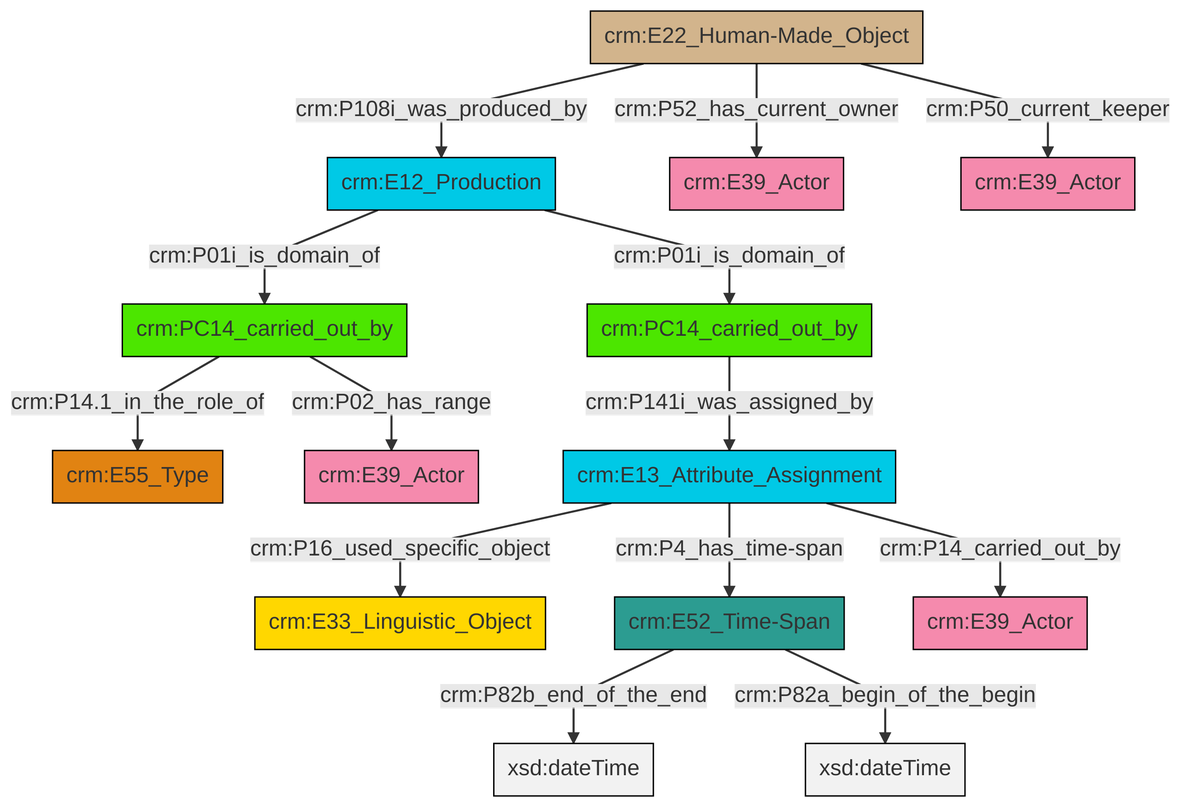
Earlier version of the Mermaid export et/carrierCSV/ttl/mmd/png/carrier_relations.png (swiss-art-research-net/docs.swissartresearch). Its source is kept beside it as et/carrierCSV/ttl/mmd/carrier_relations.ttl.mmd.
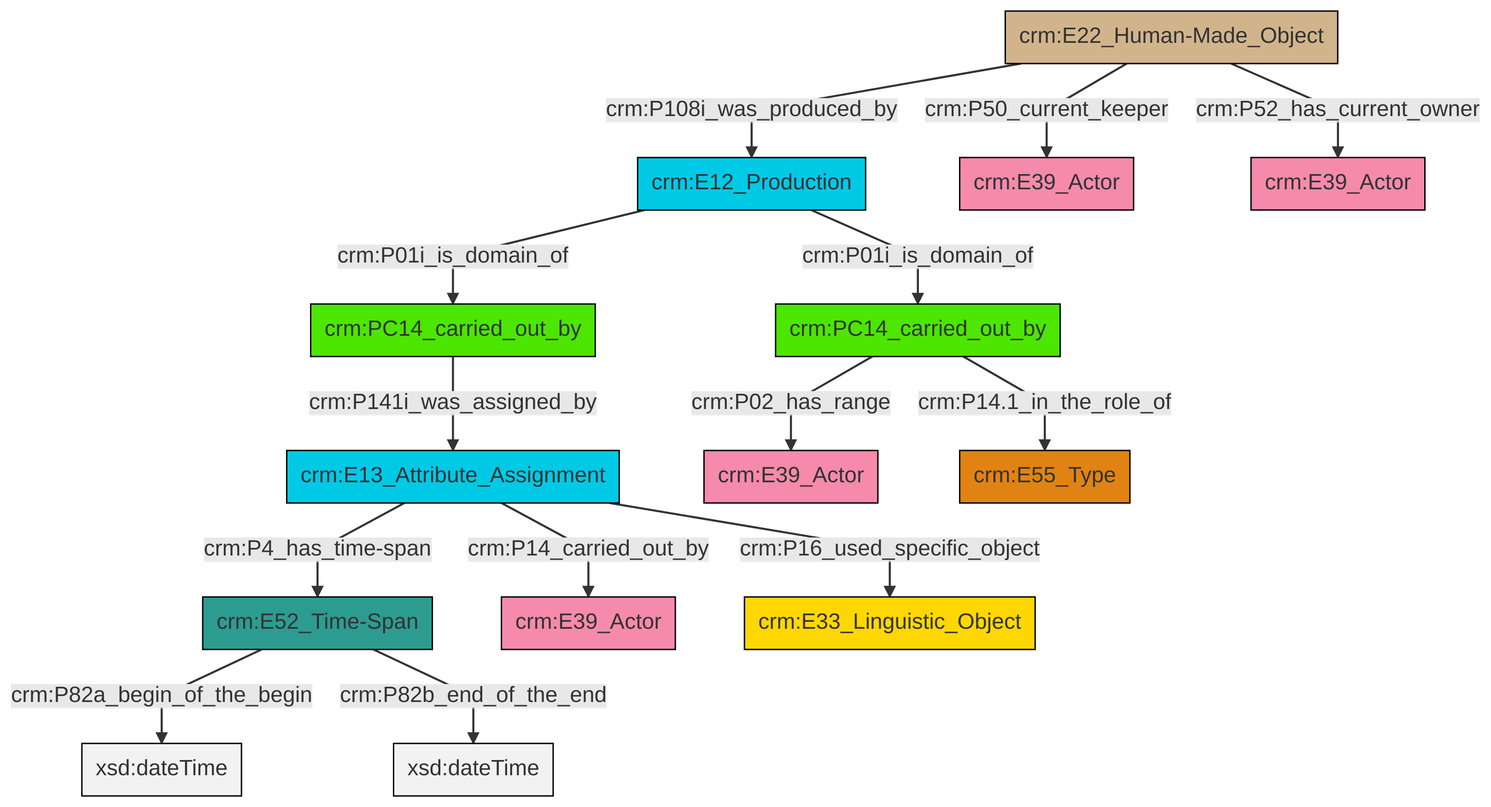
The same file after the commit.

Change to the diagram source:
```diff
@@ -13,16 +13,16 @@
 classDef PC_Classes fill:#4ce600, stroke:#000000;
 classDef Multi fill:#cccccc,stroke:#000000;
 
-2["crm:E22_Human-Made_Object"]:::Physical_Thing -->|crm:P108i_was_produced_by| 3["crm:E12_Production"]:::Temporal_Entity
-4["crm:PC14_carried_out_by"]:::PC_Classes -->|crm:P14.1_in_the_role_of| 5["crm:E55_Type"]:::Type
-6["crm:E52_Time-Span"]:::Time-Span -->|crm:P82b_end_of_the_end| 7[xsd:dateTime]:::Literal
-3["crm:E12_Production"]:::Temporal_Entity -->|crm:P01i_is_domain_of| 10["crm:PC14_carried_out_by"]:::PC_Classes
-16["crm:E13_Attribute_Assignment"]:::Temporal_Entity -->|crm:P14_carried_out_by| 17["crm:E39_Actor"]:::Actor
-16["crm:E13_Attribute_Assignment"]:::Temporal_Entity -->|crm:P4_has_time-span| 6["crm:E52_Time-Span"]:::Time-Span
-4["crm:PC14_carried_out_by"]:::PC_Classes -->|crm:P02_has_range| 13["crm:E39_Actor"]:::Actor
-16["crm:E13_Attribute_Assignment"]:::Temporal_Entity -->|crm:P16_used_specific_object| 0["crm:E33_Linguistic_Object"]:::Conceptual_Object
-2["crm:E22_Human-Made_Object"]:::Physical_Thing -->|crm:P52_has_current_owner| 11["crm:E39_Actor"]:::Actor
-10["crm:PC14_carried_out_by"]:::PC_Classes -->|crm:P141i_was_assigned_by| 16["crm:E13_Attribute_Assignment"]:::Temporal_Entity
-2["crm:E22_Human-Made_Object"]:::Physical_Thing -->|crm:P50_current_keeper| 20["crm:E39_Actor"]:::Actor
-3["crm:E12_Production"]:::Temporal_Entity -->|crm:P01i_is_domain_of| 4["crm:PC14_carried_out_by"]:::PC_Classes
-6["crm:E52_Time-Span"]:::Time-Span -->|crm:P82a_begin_of_the_begin| 25[xsd:dateTime]:::Literal
+0["crm:E12_Production"]:::Temporal_Entity -->|crm:P01i_is_domain_of| 1["crm:PC14_carried_out_by"]:::PC_Classes
+8["crm:E13_Attribute_Assignment"]:::Temporal_Entity -->|crm:P16_used_specific_object| 14["crm:E33_Linguistic_Object"]:::Conceptual_Object
+0["crm:E12_Production"]:::Temporal_Entity -->|crm:P01i_is_domain_of| 16["crm:PC14_carried_out_by"]:::PC_Classes
+2["crm:E52_Time-Span"]:::Time-Span -->|crm:P82a_begin_of_the_begin| 17[xsd:dateTime]:::Literal
+2["crm:E52_Time-Span"]:::Time-Span -->|crm:P82b_end_of_the_end| 18[xsd:dateTime]:::Literal
+16["crm:PC14_carried_out_by"]:::PC_Classes -->|crm:P14.1_in_the_role_of| 19["crm:E55_Type"]:::Type
+20["crm:E22_Human-Made_Object"]:::Physical_Thing -->|crm:P52_has_current_owner| 10["crm:E39_Actor"]:::Actor
+20["crm:E22_Human-Made_Object"]:::Physical_Thing -->|crm:P108i_was_produced_by| 0["crm:E12_Production"]:::Temporal_Entity
+8["crm:E13_Attribute_Assignment"]:::Temporal_Entity -->|crm:P4_has_time-span| 2["crm:E52_Time-Span"]:::Time-Span
+8["crm:E13_Attribute_Assignment"]:::Temporal_Entity -->|crm:P14_carried_out_by| 6["crm:E39_Actor"]:::Actor
+1["crm:PC14_carried_out_by"]:::PC_Classes -->|crm:P141i_was_assigned_by| 8["crm:E13_Attribute_Assignment"]:::Temporal_Entity
+16["crm:PC14_carried_out_by"]:::PC_Classes -->|crm:P02_has_range| 12["crm:E39_Actor"]:::Actor
+20["crm:E22_Human-Made_Object"]:::Physical_Thing -->|crm:P50_current_keeper| 4["crm:E39_Actor"]:::Actor
```
